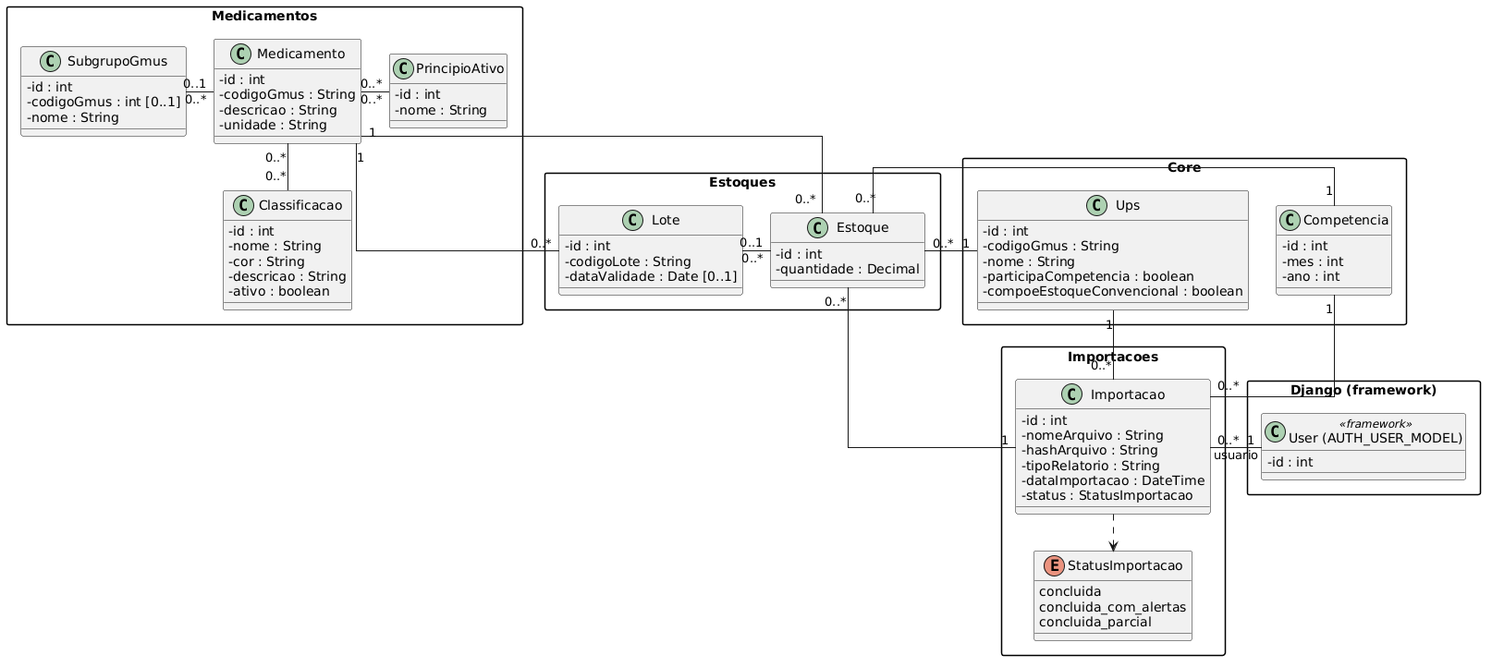
Before: docs/diagramas/classes/diagrama-classes.png, a diagram exported from PlantUML (mariaclarapp/stockflow).
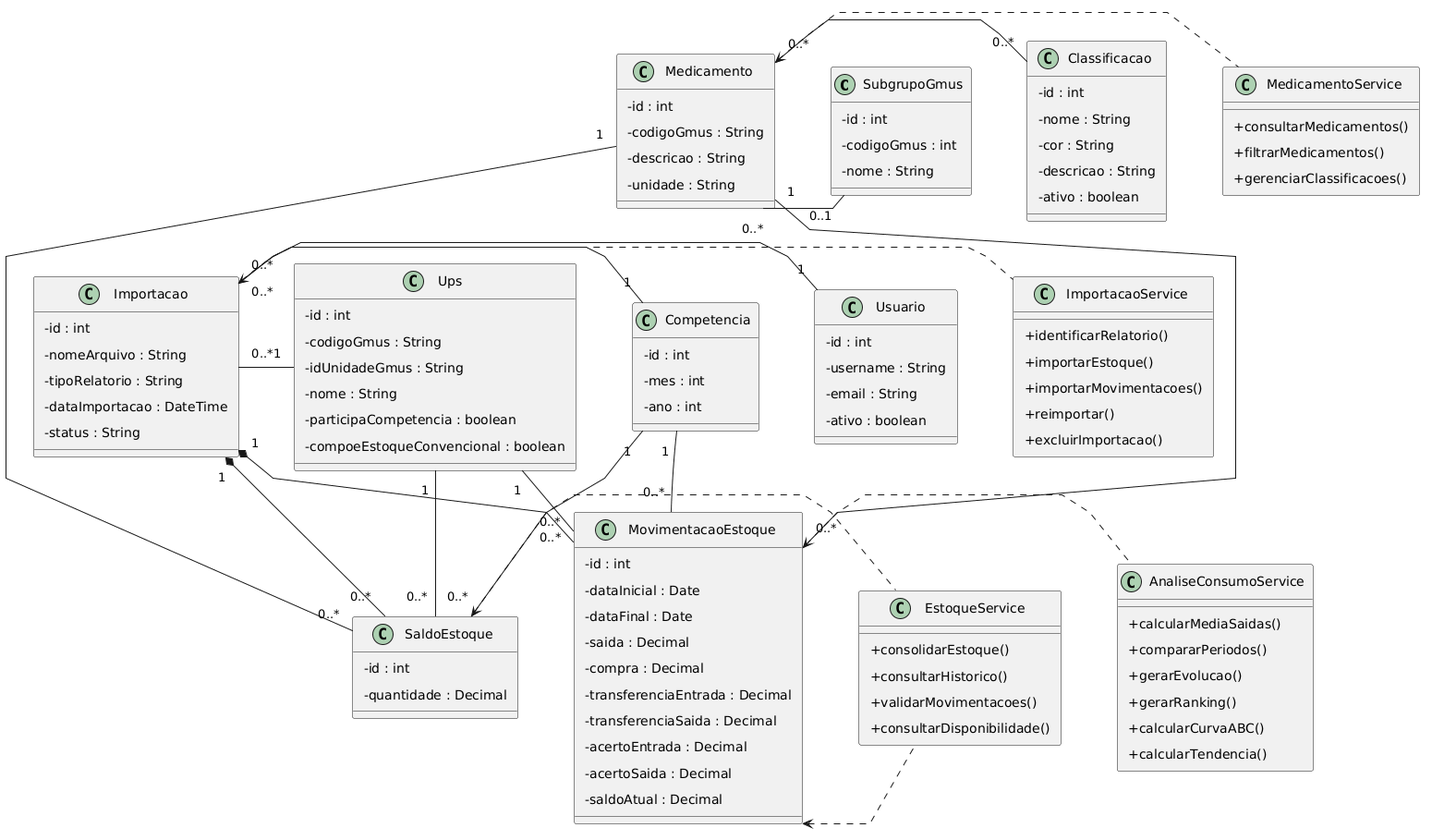
The same diagram one commit later.

Commit message:
Atualiza diagrama de classes

Diff of the diagram source:
```diff
@@ -2,104 +2,174 @@
 top to bottom direction
 
 skinparam classAttributeIconSize 0
-skinparam packageStyle rectangle
-skinparam linetype ortho
-skinparam nodesep 30
-skinparam ranksep 40
+skinparam shadowing false
+skinparam linetype polyline
+skinparam nodesep 60
+skinparam ranksep 45
+skinparam padding 6
 
-package "Medicamentos" {
-  class SubgrupoGmus {
-    - id : int
-    - codigoGmus : int [0..1]
-    - nome : String
-  }
 
-  class Medicamento {
-    - id : int
-    - codigoGmus : String
-    - descricao : String
-    - unidade : String
-  }
 
-  class PrincipioAtivo {
-    - id : int
-    - nome : String
-  }
+together {
 
-  class Classificacao {
-    - id : int
-    - nome : String
-    - cor : String
-    - descricao : String
-    - ativo : boolean
-  }
+    class SubgrupoGmus {
+        - id : int
+        - codigoGmus : int
+        - nome : String
+    }
+
+    class Medicamento {
+        - id : int
+        - codigoGmus : String
+        - descricao : String
+        - unidade : String
+    }
+
+    class Classificacao {
+        - id : int
+        - nome : String
+        - cor : String
+        - descricao : String
+        - ativo : boolean
+    }
+
+    class MedicamentoService {
+        + consultarMedicamentos()
+        + filtrarMedicamentos()
+        + gerenciarClassificacoes()
+    }
 }
 
-package "Estoques" {
-  class Lote {
-    - id : int
-    - codigoLote : String
-    - dataValidade : Date [0..1]
-  }
 
-  class Estoque {
-    - id : int
-    - quantidade : Decimal
-  }
+
+together {
+
+    class Usuario {
+        - id : int
+        - username : String
+        - email : String
+        - ativo : boolean
+    }
+
+    class Ups {
+        - id : int
+        - codigoGmus : String
+        - idUnidadeGmus : String
+        - nome : String
+        - participaCompetencia : boolean
+        - compoeEstoqueConvencional : boolean
+    }
+
+    class Competencia {
+        - id : int
+        - mes : int
+        - ano : int
+    }
+
+    class Importacao {
+        - id : int
+        - nomeArquivo : String
+        - tipoRelatorio : String
+        - dataImportacao : DateTime
+        - status : String
+    }
+
+    class ImportacaoService {
+        + identificarRelatorio()
+        + importarEstoque()
+        + importarMovimentacoes()
+        + reimportar()
+        + excluirImportacao()
+    }
 }
 
-package "Core" {
-  class Ups {
-    - id : int
-    - codigoGmus : String
-    - nome : String
-    - participaCompetencia : boolean
-    - compoeEstoqueConvencional : boolean
-  }
 
-  class Competencia {
-    - id : int
-    - mes : int
-    - ano : int
-  }
+
+together {
+
+    class SaldoEstoque {
+        - id : int
+        - quantidade : Decimal
+    }
+
+    class MovimentacaoEstoque {
+        - id : int
+        - dataInicial : Date
+        - dataFinal : Date
+        - saida : Decimal
+        - compra : Decimal
+        - transferenciaEntrada : Decimal
+        - transferenciaSaida : Decimal
+        - acertoEntrada : Decimal
+        - acertoSaida : Decimal
+        - saldoAtual : Decimal
+    }
+
+    class EstoqueService {
+        + consolidarEstoque()
+        + consultarHistorico()
+        + validarMovimentacoes()
+        + consultarDisponibilidade()
+    }
+
+    class AnaliseConsumoService {
+        + calcularMediaSaidas()
+        + compararPeriodos()
+        + gerarEvolucao()
+        + gerarRanking()
+        + calcularCurvaABC()
+        + calcularTendencia()
+    }
 }
 
-package "Importacoes" {
-  enum StatusImportacao {
-    concluida
-    concluida_com_alertas
-    concluida_parcial
-  }
 
-  class Importacao {
-    - id : int
-    - nomeArquivo : String
-    - hashArquivo : String
-    - tipoRelatorio : String
-    - dataImportacao : DateTime
-    - status : StatusImportacao
-  }
-}
 
-package "Django (framework)" {
-  class "User (AUTH_USER_MODEL)" as DjangoUser <<framework>> {
-    - id : int
-  }
-}
+SubgrupoGmus "0..1" -- "0..*" Medicamento
+Medicamento "0..*" -- "0..*" Classificacao
 
-SubgrupoGmus "0..1" -right- "0..*" Medicamento
-Medicamento "0..*" -right- "0..*" PrincipioAtivo
-Medicamento "0..*" -down- "0..*" Classificacao
+Usuario "1" -- "0..*" Importacao
+Ups "1" -- "0..*" Importacao
+Competencia "1" -- "0..*" Importacao
 
-Medicamento "1" -down- "0..*" Lote
-Medicamento "1" -down- "0..*" Estoque
-Ups "1" -left- "0..*" Estoque
-Competencia "1" -left- "0..*" Estoque
-Lote "0..1" -right- "0..*" Estoque
-Importacao "1" -up- "0..*" Estoque
+Importacao "1" *-- "0..*" SaldoEstoque
+Importacao "1" *-- "0..*" MovimentacaoEstoque
 
-DjangoUser "1" -left- "0..*" Importacao : usuario
-Ups "1" -down- "0..*" Importacao
-Competencia "1" -down- "0..*" Importacao
-Importacao ..> StatusImportacao
+Medicamento "1" -- "0..*" SaldoEstoque
+Medicamento "1" -- "0..*" MovimentacaoEstoque
+
+Ups "1" -- "0..*" SaldoEstoque
+Ups "1" -- "0..*" MovimentacaoEstoque
+
+Competencia "1" -- "0..*" SaldoEstoque
+Competencia "1" -- "0..*" MovimentacaoEstoque
+
+
+
+MedicamentoService ..left.> Medicamento
+ImportacaoService ..left.> Importacao
+
+EstoqueService ..left.> SaldoEstoque
+EstoqueService ..left.> MovimentacaoEstoque
+
+AnaliseConsumoService ..left.> MovimentacaoEstoque
+
+
+
+SubgrupoGmus -[hidden]right- Medicamento
+Medicamento -[hidden]right- Classificacao
+Classificacao -[hidden]right- MedicamentoService
+
+Usuario -[hidden]right- Ups
+Ups -[hidden]right- Competencia
+Competencia -[hidden]right- Importacao
+Importacao -[hidden]right- ImportacaoService
+
+SaldoEstoque -[hidden]right- MovimentacaoEstoque
+MovimentacaoEstoque -[hidden]right- EstoqueService
+EstoqueService -[hidden]right- AnaliseConsumoService
+
+
+
+Medicamento -[hidden]down- Competencia
+Competencia -[hidden]down- MovimentacaoEstoque
 @enduml
```
